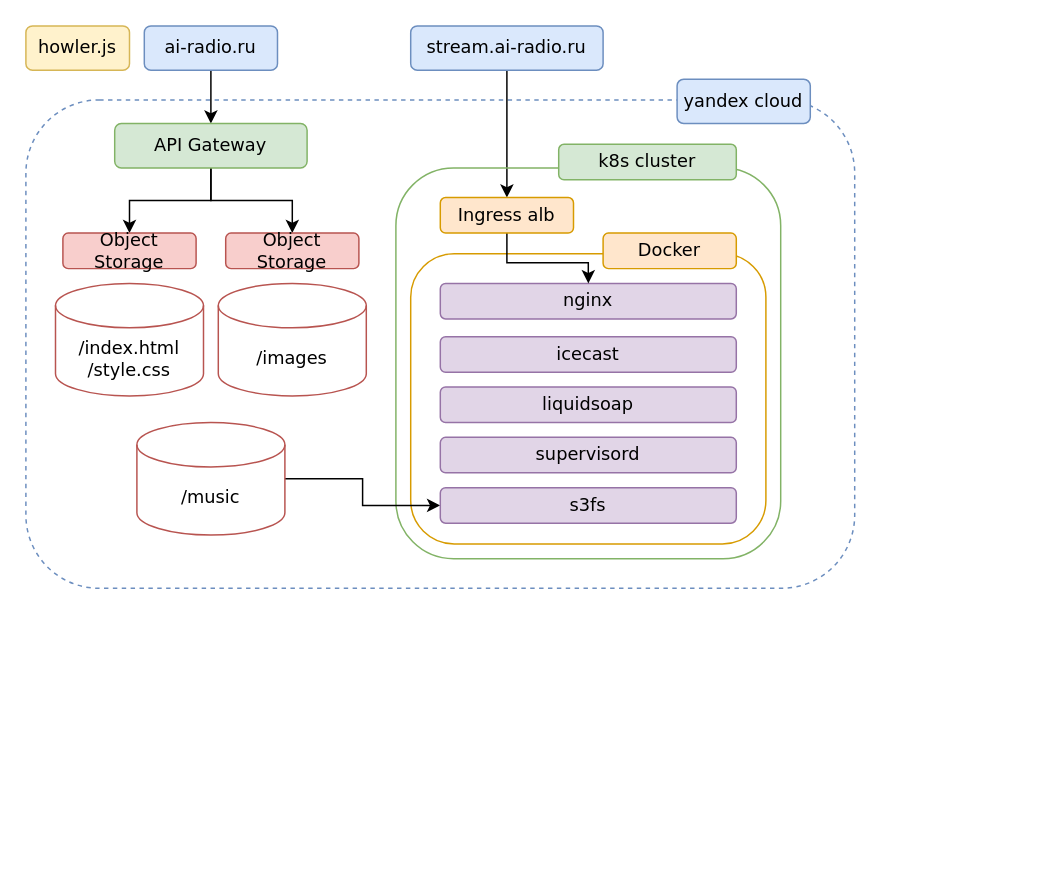
Before: docs/ai-radio.drawio in valeter/ai-radio, a draw.io diagram. Source tidied: cells renumbered, new cells numbered last; positions are measured from the earlier drawing's top-left corner, leaving out a move shared by most shapes. Both pictures are drawn from the tidied source at 148%, with x=0, y=0 at pixel (25, 25).
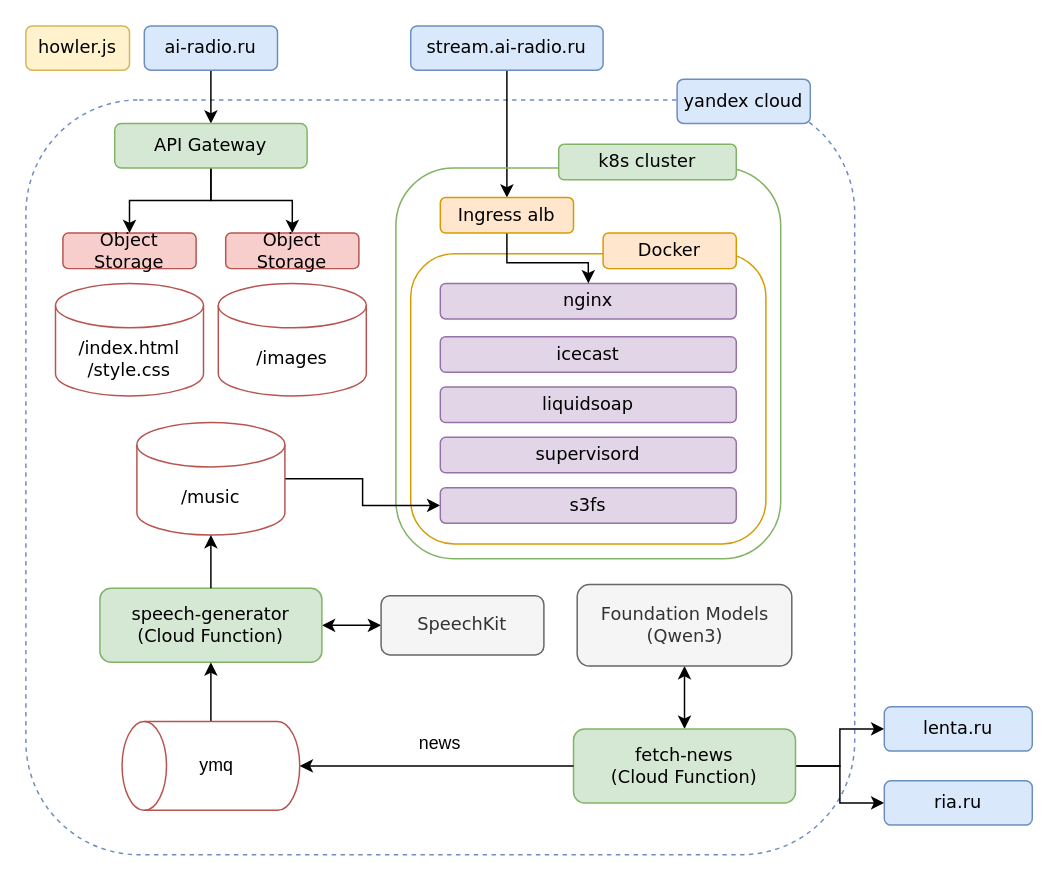
After the change.

Unchanged cells that the change refers to:
```xml
<mxCell id="27" value="&lt;div&gt;/music&lt;/div&gt;" style="shape=cylinder3;whiteSpace=wrap;html=1;boundedLbl=1;backgroundOutline=1;size=15;fontFamily=Verdana;fillColor=none;strokeColor=#b85450;" parent="1" vertex="1">
  <mxGeometry x="75" y="268" width="100" height="76" as="geometry" />
</mxCell>
```

The edit, as a diff of the source:
```diff
@@
     <mxCell id="2" style="rounded=1;whiteSpace=wrap;html=1;dashed=1;fillColor=none;strokeColor=#6c8ebf;" parent="1" vertex="1">
-      <mxGeometry y="50" width="560" height="330" as="geometry" />
+      <mxGeometry y="50" width="560" height="510" as="geometry" />
     </mxCell>
@@
+    <mxCell id="29" style="edgeStyle=orthogonalEdgeStyle;rounded=0;jettySize=auto;html=1;exitX=1;exitY=0.5;exitDx=0;exitDy=0;startArrow=classic;startFill=1;" parent="1" edge="1" source="30" target="35">
+      <mxGeometry relative="1" as="geometry" />
+    </mxCell>
+    <mxCell id="30" value="&lt;div&gt;speech-generator&lt;/div&gt;&lt;div&gt;(Cloud Function)&lt;/div&gt;" style="text;html=1;align=center;verticalAlign=middle;whiteSpace=wrap;rounded=1;strokeColor=#82b366;fillColor=#d5e8d4;fontFamily=Verdana;" parent="1" vertex="1">
+      <mxGeometry x="50" y="380" width="150" height="50" as="geometry" />
+    </mxCell>
+    <mxCell id="31" style="endArrow=classic;html=1;rounded=0;entryX=0.5;entryY=1;entryDx=0;entryDy=0;entryPerimeter=0;exitX=0.5;exitY=0;exitDx=0;exitDy=0;" parent="1" edge="1" source="30" target="27">
+      <mxGeometry relative="1" as="geometry" />
+    </mxCell>
+    <mxCell id="32" style="edgeStyle=orthogonalEdgeStyle;rounded=0;jettySize=auto;html=1;exitX=1;exitY=0.5;exitDx=0;exitDy=0;exitPerimeter=0;entryX=0.5;entryY=1;entryDx=0;entryDy=0;" parent="1" edge="1" source="33" target="30">
+      <mxGeometry relative="1" as="geometry" />
+    </mxCell>
+    <mxCell id="33" style="shape=cylinder3;whiteSpace=wrap;html=1;boundedLbl=1;backgroundOutline=1;size=15;fontFamily=Verdana;fillColor=none;strokeColor=#b85450;verticalAlign=middle;horizontal=1;rotation=-90;" parent="1" vertex="1">
+      <mxGeometry x="95" y="440" width="60" height="120" as="geometry" />
+    </mxCell>
+    <mxCell id="34" value="ymq" style="text;html=1;align=center;verticalAlign=middle;whiteSpace=wrap;rounded=0;" parent="1" vertex="1">
+      <mxGeometry x="99" y="485" width="60" height="30" as="geometry" />
+    </mxCell>
+    <mxCell id="35" value="SpeechKit" style="text;html=1;align=center;verticalAlign=middle;whiteSpace=wrap;rounded=1;strokeColor=#666666;fillColor=#f5f5f5;fontFamily=Verdana;fontColor=#333333;" parent="1" vertex="1">
+      <mxGeometry x="240" y="385" width="110" height="40" as="geometry" />
+    </mxCell>
+    <mxCell id="36" style="edgeStyle=orthogonalEdgeStyle;rounded=0;jettySize=auto;html=1;exitX=1;exitY=0.5;exitDx=0;exitDy=0;" parent="1" edge="1" source="39" target="40">
+      <mxGeometry relative="1" as="geometry" />
+    </mxCell>
+    <mxCell id="37" style="edgeStyle=orthogonalEdgeStyle;rounded=0;jettySize=auto;html=1;exitX=1;exitY=0.5;exitDx=0;exitDy=0;" parent="1" edge="1" source="39" target="41">
+      <mxGeometry relative="1" as="geometry" />
+    </mxCell>
+    <mxCell id="38" style="edgeStyle=orthogonalEdgeStyle;rounded=0;jettySize=auto;html=1;exitX=0.5;exitY=0;exitDx=0;exitDy=0;startArrow=classic;startFill=1;" parent="1" edge="1" source="39" target="42">
+      <mxGeometry relative="1" as="geometry" />
+    </mxCell>
+    <mxCell id="39" value="fetch-news&lt;div&gt;(Cloud Function)&lt;/div&gt;" style="text;html=1;align=center;verticalAlign=middle;whiteSpace=wrap;rounded=1;strokeColor=#82b366;fillColor=#d5e8d4;fontFamily=Verdana;" parent="1" vertex="1">
+      <mxGeometry x="370" y="475" width="150" height="50" as="geometry" />
+    </mxCell>
+    <mxCell id="40" value="lenta.ru" style="text;html=1;align=center;verticalAlign=middle;whiteSpace=wrap;rounded=1;strokeColor=#6c8ebf;fillColor=#dae8fc;fontFamily=Verdana;" parent="1" vertex="1">
+      <mxGeometry x="580" y="460" width="100" height="30" as="geometry" />
+    </mxCell>
+    <mxCell id="41" value="ria.ru" style="text;html=1;align=center;verticalAlign=middle;whiteSpace=wrap;rounded=1;strokeColor=#6c8ebf;fillColor=#dae8fc;fontFamily=Verdana;" parent="1" vertex="1">
+      <mxGeometry x="580" y="510" width="100" height="30" as="geometry" />
+    </mxCell>
+    <mxCell id="42" value="&lt;div&gt;Foundation Models&lt;/div&gt;&lt;div&gt;(Qwen3)&lt;/div&gt;" style="text;html=1;align=center;verticalAlign=middle;whiteSpace=wrap;rounded=1;strokeColor=#666666;fillColor=#f5f5f5;fontFamily=Verdana;fontColor=#333333;" parent="1" vertex="1">
+      <mxGeometry x="372.5" y="377.5" width="145" height="55" as="geometry" />
+    </mxCell>
+    <mxCell id="43" style="edgeStyle=orthogonalEdgeStyle;rounded=0;jettySize=auto;html=1;exitX=0;exitY=0.5;exitDx=0;exitDy=0;entryX=0.5;entryY=1;entryDx=0;entryDy=0;entryPerimeter=0;" parent="1" edge="1" source="39" target="33">
+      <mxGeometry relative="1" as="geometry" />
+    </mxCell>
+    <mxCell id="44" value="news" style="text;html=1;align=center;verticalAlign=middle;whiteSpace=wrap;rounded=0;" parent="1" vertex="1">
+      <mxGeometry x="250" y="470" width="60" height="30" as="geometry" />
+    </mxCell>
```
